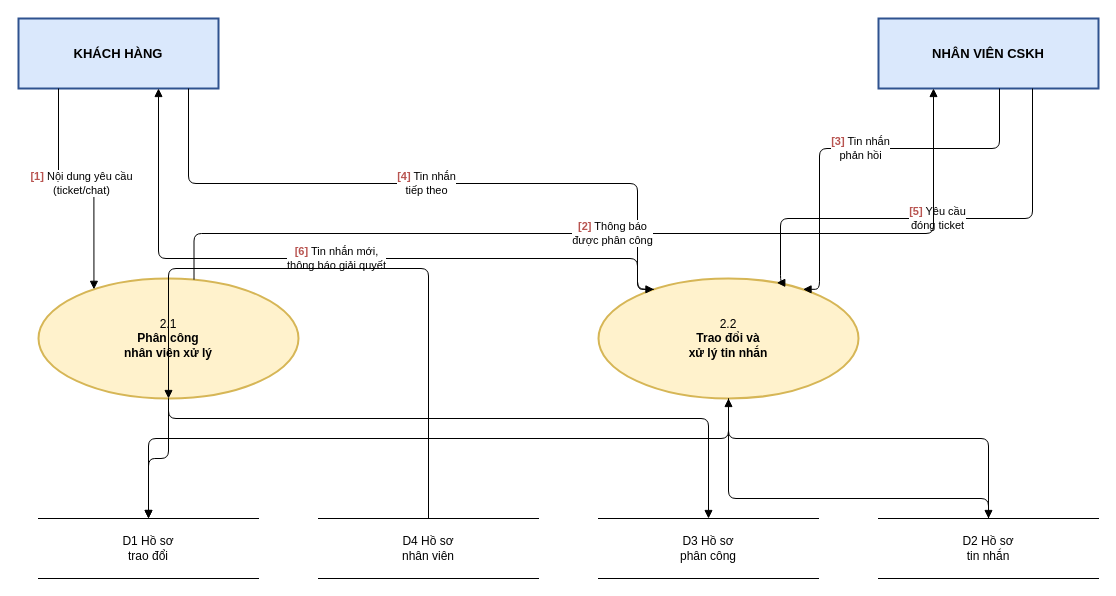
Above: page "4. DFD muc 2a - Phan ra 2.0" (4 of 5) of docs/httttdn-so-do-bfd-dfd.drawio in KhanhChung2k5/Shopee (draw.io), before the change. Source tidied: cells renumbered, new cells numbered last; positions are measured from the earlier drawing's top-left corner, leaving out a move shared by most shapes. Both pictures are drawn from the tidied source at 100%, with x=0, y=0 at pixel (18, 18).
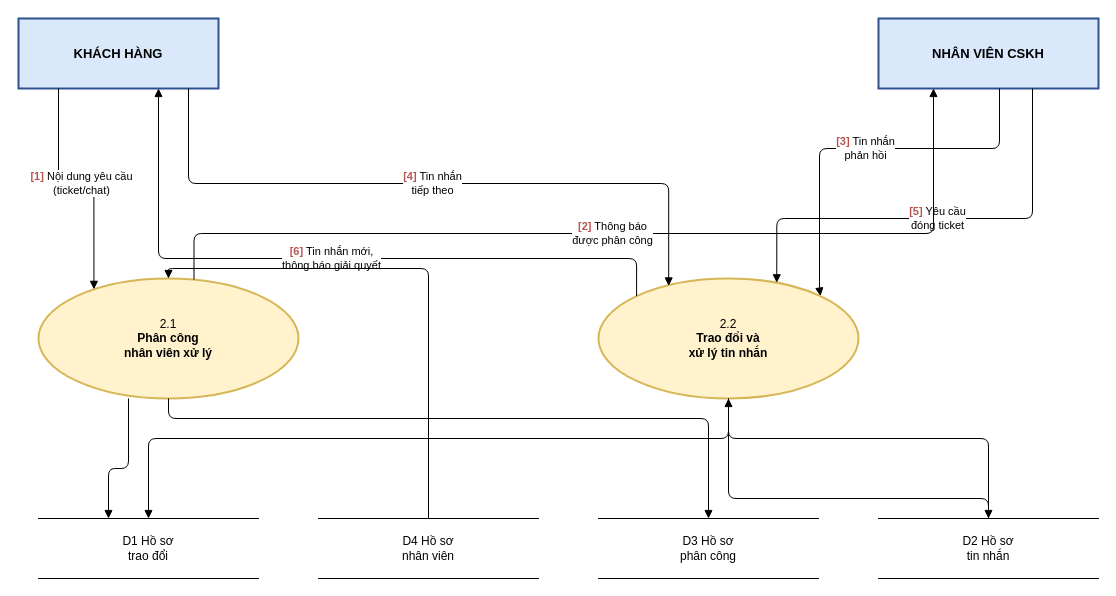
The same page after the edit.

Unchanged cells that the change refers to:
```xml
<mxCell id="2" value="KHÁCH HÀNG" style="rounded=0;whiteSpace=wrap;html=1;fontSize=13;fontStyle=1;fillColor=#DAE8FC;strokeColor=#2F528F;strokeWidth=2;align=center;verticalAlign=middle;" parent="1" vertex="1">
  <mxGeometry width="200" height="70" as="geometry" />
</mxCell>
<mxCell id="3" value="NHÂN VIÊN CSKH" style="rounded=0;whiteSpace=wrap;html=1;fontSize=13;fontStyle=1;fillColor=#DAE8FC;strokeColor=#2F528F;strokeWidth=2;align=center;verticalAlign=middle;" parent="1" vertex="1">
  <mxGeometry x="860" width="220" height="70" as="geometry" />
</mxCell>
<mxCell id="4" value="2.1&lt;br&gt;&lt;b&gt;Phân công&lt;br&gt;nhân viên xử lý&lt;/b&gt;" style="ellipse;whiteSpace=wrap;html=1;fontSize=12;fillColor=#FFF2CC;strokeColor=#D6B656;strokeWidth=2;align=center;verticalAlign=middle;" parent="1" vertex="1">
  <mxGeometry x="20" y="260" width="260" height="120" as="geometry" />
</mxCell>
<mxCell id="5" value="2.2&lt;br&gt;&lt;b&gt;Trao đổi và&lt;br&gt;xử lý tin nhắn&lt;/b&gt;" style="ellipse;whiteSpace=wrap;html=1;fontSize=12;fillColor=#FFF2CC;strokeColor=#D6B656;strokeWidth=2;align=center;verticalAlign=middle;" parent="1" vertex="1">
  <mxGeometry x="580" y="260" width="260" height="120" as="geometry" />
</mxCell>
<mxCell id="6" value="D1  Hồ sơ&lt;br&gt;trao đổi" style="shape=partialRectangle;whiteSpace=wrap;html=1;top=1;bottom=1;left=0;right=0;fontSize=12;strokeColor=#000000;strokeWidth=1;fillColor=none;align=center;verticalAlign=middle;" parent="1" vertex="1">
  <mxGeometry x="20" y="500" width="220" height="60" as="geometry" />
</mxCell>
<mxCell id="7" value="D4  Hồ sơ&lt;br&gt;nhân viên" style="shape=partialRectangle;whiteSpace=wrap;html=1;top=1;bottom=1;left=0;right=0;fontSize=12;strokeColor=#000000;strokeWidth=1;fillColor=none;align=center;verticalAlign=middle;" parent="1" vertex="1">
  <mxGeometry x="300" y="500" width="220" height="60" as="geometry" />
</mxCell>
```

Change to the diagram source:
```diff
@@
-    <mxCell id="11" value="&lt;b style=&quot;color:#B85450;&quot;&gt;[3]&lt;/b&gt; Tin nhắn&lt;br&gt;phản hồi" style="edgeStyle=orthogonalEdgeStyle;rounded=1;arcSize=15;html=1;endArrow=block;endFill=1;fontSize=11;labelBackgroundColor=#ffffff;align=center;verticalAlign=middle;exitX=0.55;exitY=1.0;exitDx=0;exitDy=0;entryX=0.85;entryY=0.0;entryDx=0;entryDy=0;" parent="1" edge="1" source="3" target="5">
+    <mxCell id="11" value="&lt;b style=&quot;color:#B85450;&quot;&gt;[3]&lt;/b&gt; Tin nhắn&lt;br&gt;phản hồi" style="edgeStyle=orthogonalEdgeStyle;rounded=1;arcSize=15;html=1;endArrow=block;endFill=1;fontSize=11;labelBackgroundColor=#ffffff;align=center;verticalAlign=middle;exitX=0.55;exitY=1.0;exitDx=0;exitDy=0;entryX=1;entryY=0;entryDx=0;entryDy=0;" parent="1" edge="1" source="3" target="5">
       <mxGeometry relative="1" as="geometry">
         <Array as="points">
           <mxPoint x="981" y="130" />
           <mxPoint x="801" y="130" />
+          <mxPoint x="801" y="270.8" />
+          <mxPoint x="801.8" y="270.8" />
         </Array>
       </mxGeometry>
     </mxCell>
-    <mxCell id="12" value="&lt;b style=&quot;color:#B85450;&quot;&gt;[4]&lt;/b&gt; Tin nhắn&lt;br&gt;tiếp theo" style="edgeStyle=orthogonalEdgeStyle;rounded=1;arcSize=15;html=1;endArrow=block;endFill=1;fontSize=11;labelBackgroundColor=#ffffff;align=center;verticalAlign=middle;exitX=0.85;exitY=1.0;exitDx=0;exitDy=0;entryX=0.15;entryY=0.0;entryDx=0;entryDy=0;" parent="1" edge="1" source="2" target="5">
+    <mxCell id="12" value="&lt;b style=&quot;color:#B85450;&quot;&gt;[4]&lt;/b&gt; Tin nhắn&lt;br&gt;tiếp theo" style="edgeStyle=orthogonalEdgeStyle;rounded=1;arcSize=15;html=1;endArrow=block;endFill=1;fontSize=11;labelBackgroundColor=#ffffff;align=center;verticalAlign=middle;exitX=0.85;exitY=1.0;exitDx=0;exitDy=0;entryX=0.27;entryY=0.062;entryDx=0;entryDy=0;entryPerimeter=0;" parent="1" edge="1" source="2" target="5">
       <mxGeometry relative="1" as="geometry">
         <Array as="points">
           <mxPoint x="170" y="165" />
-          <mxPoint x="619" y="165" />
+          <mxPoint x="650" y="165" />
         </Array>
       </mxGeometry>
     </mxCell>
     <mxCell id="13" value="&lt;b style=&quot;color:#B85450;&quot;&gt;[5]&lt;/b&gt; Yêu cầu&lt;br&gt;đóng ticket" style="edgeStyle=orthogonalEdgeStyle;rounded=1;arcSize=15;html=1;endArrow=block;endFill=1;fontSize=11;labelBackgroundColor=#ffffff;align=center;verticalAlign=middle;exitX=0.7;exitY=1.0;exitDx=0;exitDy=0;entryX=0.7;entryY=0.0;entryDx=0;entryDy=0;" parent="1" edge="1" source="3" target="5">
       <mxGeometry relative="1" as="geometry">
         <Array as="points">
           <mxPoint x="1014" y="200" />
-          <mxPoint x="762" y="200" />
+          <mxPoint x="758.3" y="200" />
         </Array>
       </mxGeometry>
     </mxCell>
@@
-    <mxCell id="15" value="&lt;b style=&quot;color:#B85450;&quot;&gt;[6]&lt;/b&gt; Tin nhắn mới,&lt;br&gt;thông báo giải quyết" style="edgeStyle=orthogonalEdgeStyle;rounded=1;arcSize=15;html=1;endArrow=block;endFill=1;fontSize=11;labelBackgroundColor=#ffffff;align=center;verticalAlign=middle;exitX=0.15;exitY=0.0;exitDx=0;exitDy=0;entryX=0.7;entryY=1.0;entryDx=0;entryDy=0;" parent="1" edge="1" source="5" target="2">
+    <mxCell id="15" value="&lt;b style=&quot;color:#B85450;&quot;&gt;[6]&lt;/b&gt; Tin nhắn mới,&lt;br&gt;thông báo giải quyết" style="edgeStyle=orthogonalEdgeStyle;rounded=1;arcSize=15;html=1;endArrow=block;endFill=1;fontSize=11;labelBackgroundColor=#ffffff;align=center;verticalAlign=middle;exitX=0;exitY=0;exitDx=0;exitDy=0;entryX=0.7;entryY=1.0;entryDx=0;entryDy=0;" parent="1" edge="1" source="5" target="2">
       <mxGeometry relative="1" as="geometry">
         <Array as="points">
-          <mxPoint x="619" y="240" />
+          <mxPoint x="618.2" y="240" />
           <mxPoint x="140" y="240" />
         </Array>
       </mxGeometry>
     </mxCell>
-    <mxCell id="16" style="edgeStyle=orthogonalEdgeStyle;rounded=1;arcSize=15;html=1;endArrow=block;endFill=1;fontSize=11;labelBackgroundColor=#ffffff;align=center;verticalAlign=middle;exitX=0.5;exitY=1.0;exitDx=0;exitDy=0;entryX=0.5;entryY=0.0;entryDx=0;entryDy=0;" parent="1" edge="1" source="4" target="6">
-      <mxGeometry relative="1" as="geometry" />
+    <mxCell id="16" style="edgeStyle=orthogonalEdgeStyle;rounded=1;arcSize=15;html=1;endArrow=block;endFill=1;fontSize=11;labelBackgroundColor=#ffffff;align=center;verticalAlign=middle;exitX=0.5;exitY=1.0;exitDx=0;exitDy=0;entryX=0.5;entryY=0.0;entryDx=0;entryDy=0;" parent="1" edge="1">
+      <mxGeometry relative="1" as="geometry">
+        <mxPoint x="110" y="380" as="sourcePoint" />
+        <mxPoint x="90" y="500" as="targetPoint" />
+        <Array as="points">
+          <mxPoint x="110" y="450" />
+          <mxPoint x="90" y="450" />
+        </Array>
+      </mxGeometry>
     </mxCell>
-    <mxCell id="17" style="edgeStyle=orthogonalEdgeStyle;rounded=1;arcSize=15;html=1;endArrow=block;endFill=1;fontSize=11;labelBackgroundColor=#ffffff;align=center;verticalAlign=middle;exitX=0.5;exitY=0.0;exitDx=0;exitDy=0;entryX=0.5;entryY=1.0;entryDx=0;entryDy=0;" parent="1" edge="1" source="7" target="4">
+    <mxCell id="17" style="edgeStyle=orthogonalEdgeStyle;rounded=1;arcSize=15;html=1;endArrow=block;endFill=1;fontSize=11;labelBackgroundColor=#ffffff;align=center;verticalAlign=middle;exitX=0.5;exitY=0.0;exitDx=0;exitDy=0;entryX=0.5;entryY=0;entryDx=0;entryDy=0;" parent="1" edge="1" source="7" target="4">
       <mxGeometry relative="1" as="geometry">
         <Array as="points">
           <mxPoint x="410" y="250" />
           <mxPoint x="150" y="250" />
         </Array>
       </mxGeometry>
     </mxCell>
```
